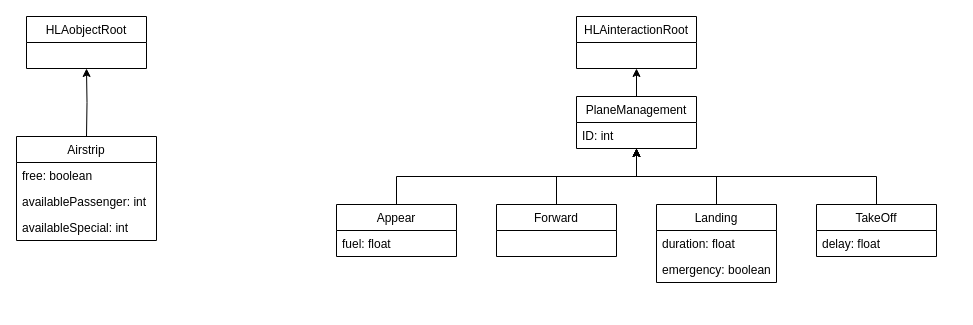
Before: docs/Diagram klas.drawio in matil99/Airport, a draw.io diagram. Source tidied: cells renumbered, new cells numbered last; positions are measured from the earlier drawing's top-left corner, leaving out a move shared by most shapes. Both pictures are drawn from the tidied source at 100%, with x=0, y=0 at pixel (16, 16).
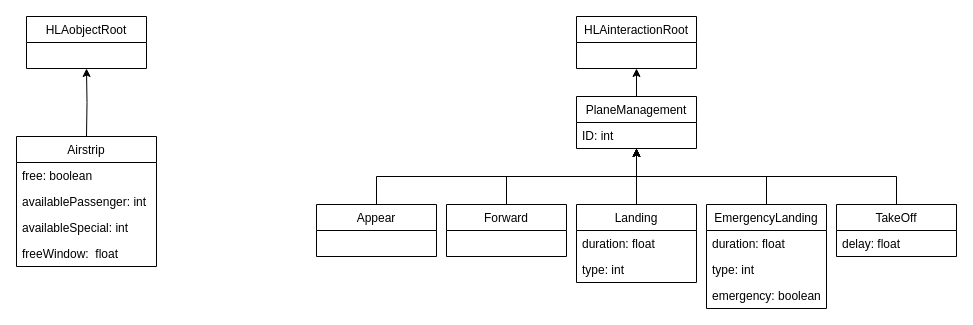
The same page after the edit.

Diff of the diagram source:
```diff
@@
     <mxCell id="9" value="Appear" style="swimlane;fontStyle=0;horizontal=1;startSize=26;fillColor=none;" parent="1" vertex="1">
-      <mxGeometry x="320" y="188" width="120" height="52" as="geometry" />
+      <mxGeometry x="300" y="188" width="120" height="52" as="geometry" />
     </mxCell>
-    <mxCell id="10" value="fuel: float" style="text;strokeColor=none;fillColor=none;align=left;verticalAlign=top;spacingLeft=4;spacingRight=4;overflow=hidden;" parent="9" vertex="1">
-      <mxGeometry y="26" width="120" height="26" as="geometry" />
-    </mxCell>
@@
     <mxCell id="12" value="Forward" style="swimlane;fontStyle=0;horizontal=1;startSize=26;fillColor=none;" parent="1" vertex="1">
-      <mxGeometry x="480" y="188" width="120" height="52" as="geometry" />
+      <mxGeometry x="430" y="188" width="120" height="52" as="geometry" />
     </mxCell>
@@
     <mxCell id="14" value="Landing" style="swimlane;fontStyle=0;horizontal=1;startSize=26;fillColor=none;" parent="1" vertex="1">
-      <mxGeometry x="640" y="188" width="120" height="78" as="geometry" />
+      <mxGeometry x="560" y="188" width="120" height="78" as="geometry" />
     </mxCell>
@@
-    <mxCell id="16" value="emergency: boolean" style="text;strokeColor=none;fillColor=none;align=left;verticalAlign=top;spacingLeft=4;spacingRight=4;overflow=hidden;" parent="14" vertex="1">
+    <mxCell id="16" value="type: int" style="text;strokeColor=none;fillColor=none;align=left;verticalAlign=top;spacingLeft=4;spacingRight=4;overflow=hidden;" parent="14" vertex="1">
       <mxGeometry y="52" width="120" height="26" as="geometry" />
     </mxCell>
@@
     <mxCell id="18" value="TakeOff" style="swimlane;fontStyle=0;horizontal=1;startSize=26;fillColor=none;" parent="1" vertex="1">
-      <mxGeometry x="800" y="188" width="120" height="52" as="geometry" />
+      <mxGeometry x="820" y="188" width="120" height="52" as="geometry" />
     </mxCell>
@@
     <mxCell id="20" value="Airstrip" style="swimlane;fontStyle=0;horizontal=1;startSize=26;fillColor=none;" parent="1" vertex="1">
-      <mxGeometry y="120" width="140" height="104" as="geometry" />
+      <mxGeometry y="120" width="140" height="130" as="geometry" />
     </mxCell>
@@
+    <mxCell id="24" value="freeWindow:  float" style="text;strokeColor=none;fillColor=none;align=left;verticalAlign=top;spacingLeft=4;spacingRight=4;overflow=hidden;" parent="20" vertex="1">
+      <mxGeometry y="104" width="140" height="26" as="geometry" />
+    </mxCell>
+    <mxCell id="25" value="EmergencyLanding" style="swimlane;fontStyle=0;horizontal=1;startSize=26;fillColor=none;" parent="1" vertex="1">
+      <mxGeometry x="690" y="188" width="120" height="104" as="geometry" />
+    </mxCell>
+    <mxCell id="26" value="duration: float" style="text;strokeColor=none;fillColor=none;align=left;verticalAlign=top;spacingLeft=4;spacingRight=4;overflow=hidden;" parent="25" vertex="1">
+      <mxGeometry y="26" width="120" height="26" as="geometry" />
+    </mxCell>
+    <mxCell id="27" value="type: int" style="text;strokeColor=none;fillColor=none;align=left;verticalAlign=top;spacingLeft=4;spacingRight=4;overflow=hidden;" parent="25" vertex="1">
+      <mxGeometry y="52" width="120" height="26" as="geometry" />
+    </mxCell>
+    <mxCell id="28" value="emergency: boolean" style="text;strokeColor=none;fillColor=none;align=left;verticalAlign=top;spacingLeft=4;spacingRight=4;overflow=hidden;" parent="25" vertex="1">
+      <mxGeometry y="78" width="120" height="26" as="geometry" />
+    </mxCell>
+    <mxCell id="29" style="endArrow=none;html=1;rounded=0;exitX=0.5;exitY=0;exitDx=0;exitDy=0;" parent="1" edge="1" source="25">
+      <mxGeometry relative="1" as="geometry">
+        <mxPoint x="750" y="160" as="targetPoint" />
+      </mxGeometry>
+    </mxCell>
```
